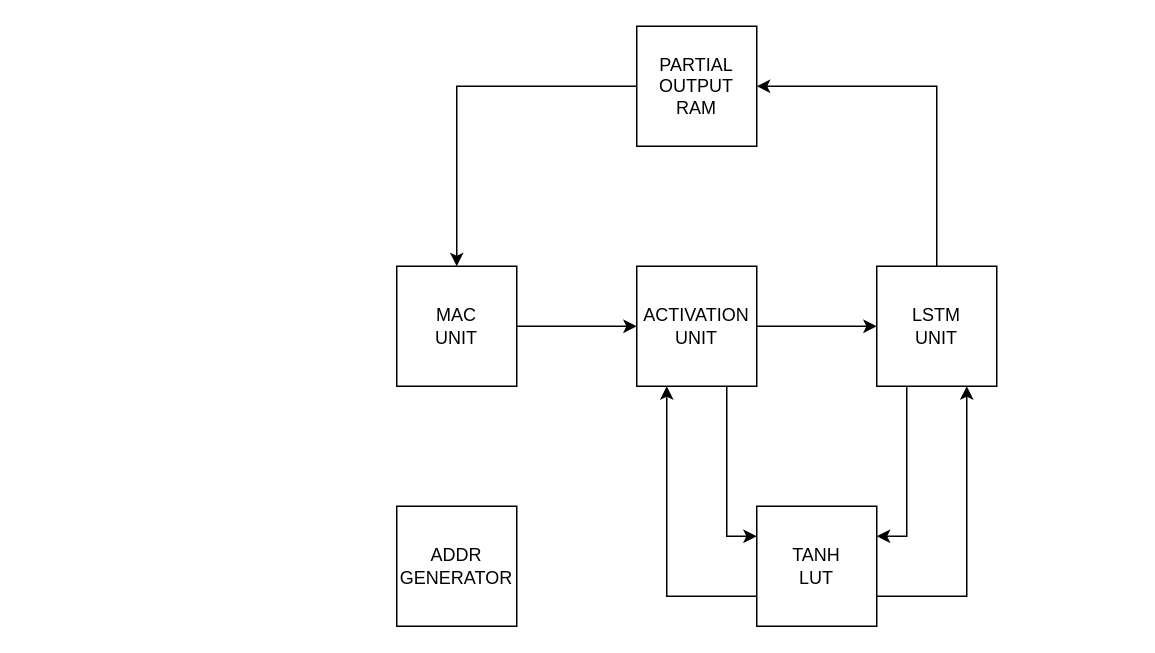
This is slides/images/overview_arch.drawio from AlessandroVaraldi/LSTM_ACCELERATOR, a draw.io file, before an edit. Source tidied: cells renumbered, new cells numbered last; positions are measured from the earlier drawing's top-left corner, leaving out a move shared by most shapes. Both pictures are drawn from the tidied source at 150%, with x=0, y=0 at pixel (396, 26).
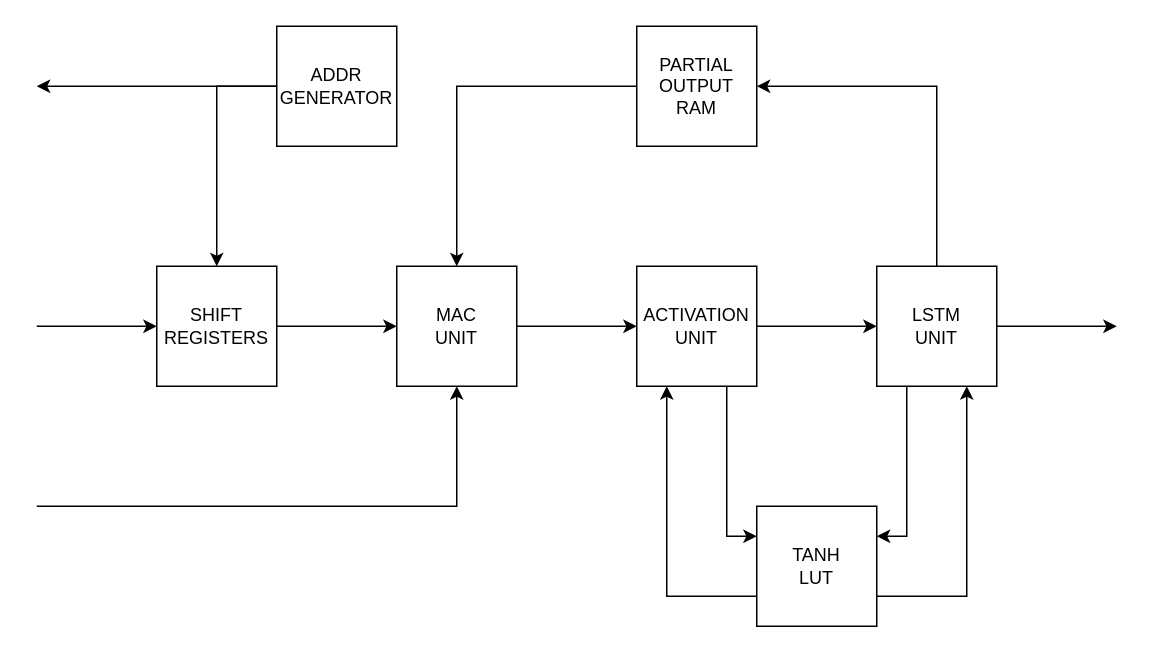
The same page after the edit.

The change refers to these unchanged cells:
```xml
<mxCell id="3" value="&lt;div&gt;MAC&lt;/div&gt;&lt;div&gt;UNIT&lt;br&gt;&lt;/div&gt;" style="whiteSpace=wrap;html=1;" parent="1" vertex="1">
  <mxGeometry y="160" width="80" height="80" as="geometry" />
</mxCell>
<mxCell id="9" value="&lt;div&gt;LSTM&lt;/div&gt;&lt;div&gt;UNIT&lt;br&gt;&lt;/div&gt;" style="whiteSpace=wrap;html=1;" parent="1" vertex="1">
  <mxGeometry x="320" y="160" width="80" height="80" as="geometry" />
</mxCell>
```

What changed in the source:
```diff
@@
+    <mxCell id="16" style="edgeStyle=orthogonalEdgeStyle;rounded=0;jettySize=auto;html=1;startArrow=classic;startFill=1;endArrow=none;endFill=0;" parent="1" edge="1" source="3">
+      <mxGeometry relative="1" as="geometry">
+        <mxPoint x="-240" y="320" as="targetPoint" />
+        <Array as="points">
+          <mxPoint x="40" y="320" />
+        </Array>
+      </mxGeometry>
+    </mxCell>
@@
+    <mxCell id="17" style="edgeStyle=orthogonalEdgeStyle;rounded=0;jettySize=auto;html=1;" parent="1" edge="1" source="9">
+      <mxGeometry relative="1" as="geometry">
+        <mxPoint x="480" y="200" as="targetPoint" />
+      </mxGeometry>
+    </mxCell>
@@
+    <mxCell id="18" style="edgeStyle=orthogonalEdgeStyle;rounded=0;jettySize=auto;html=1;" parent="1" edge="1" source="15">
+      <mxGeometry relative="1" as="geometry">
+        <mxPoint x="-240" y="40" as="targetPoint" />
+      </mxGeometry>
+    </mxCell>
+    <mxCell id="19" style="edgeStyle=orthogonalEdgeStyle;rounded=0;jettySize=auto;html=1;entryX=0.5;entryY=0;entryDx=0;entryDy=0;" parent="1" edge="1" source="15" target="22">
+      <mxGeometry relative="1" as="geometry">
+        <Array as="points">
+          <mxPoint x="-120" y="40" />
+        </Array>
+      </mxGeometry>
+    </mxCell>
     <mxCell id="15" value="&lt;div&gt;ADDR&lt;/div&gt;&lt;div&gt;GENERATOR&lt;/div&gt;" style="whiteSpace=wrap;html=1;" parent="1" vertex="1">
-      <mxGeometry y="320" width="80" height="80" as="geometry" />
+      <mxGeometry x="-80" width="80" height="80" as="geometry" />
     </mxCell>
+    <mxCell id="20" style="edgeStyle=orthogonalEdgeStyle;rounded=0;jettySize=auto;html=1;entryX=0;entryY=0.5;entryDx=0;entryDy=0;" parent="1" edge="1" source="22" target="3">
+      <mxGeometry relative="1" as="geometry" />
+    </mxCell>
+    <mxCell id="21" style="edgeStyle=orthogonalEdgeStyle;rounded=0;jettySize=auto;html=1;endArrow=none;endFill=0;startArrow=classic;startFill=1;" parent="1" edge="1" source="22">
+      <mxGeometry relative="1" as="geometry">
+        <mxPoint x="-240" y="200" as="targetPoint" />
+      </mxGeometry>
+    </mxCell>
+    <mxCell id="22" value="&lt;div&gt;SHIFT&lt;/div&gt;&lt;div&gt;REGISTERS&lt;br&gt;&lt;/div&gt;" style="whiteSpace=wrap;html=1;" parent="1" vertex="1">
+      <mxGeometry x="-160" y="160" width="80" height="80" as="geometry" />
+    </mxCell>
```
